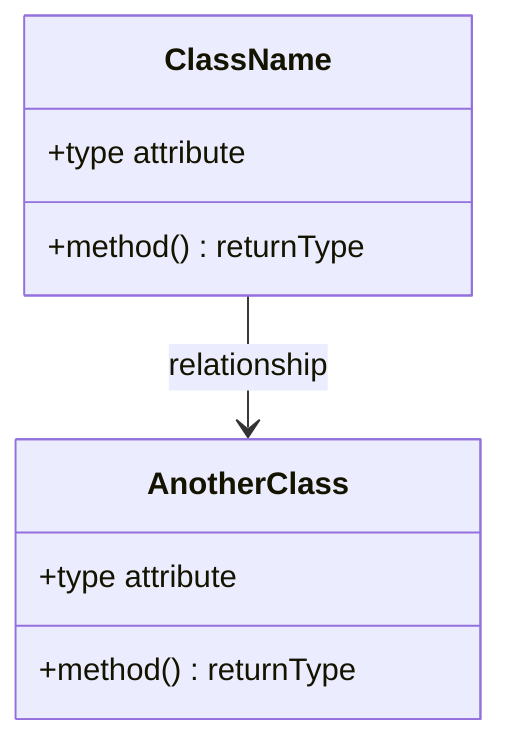
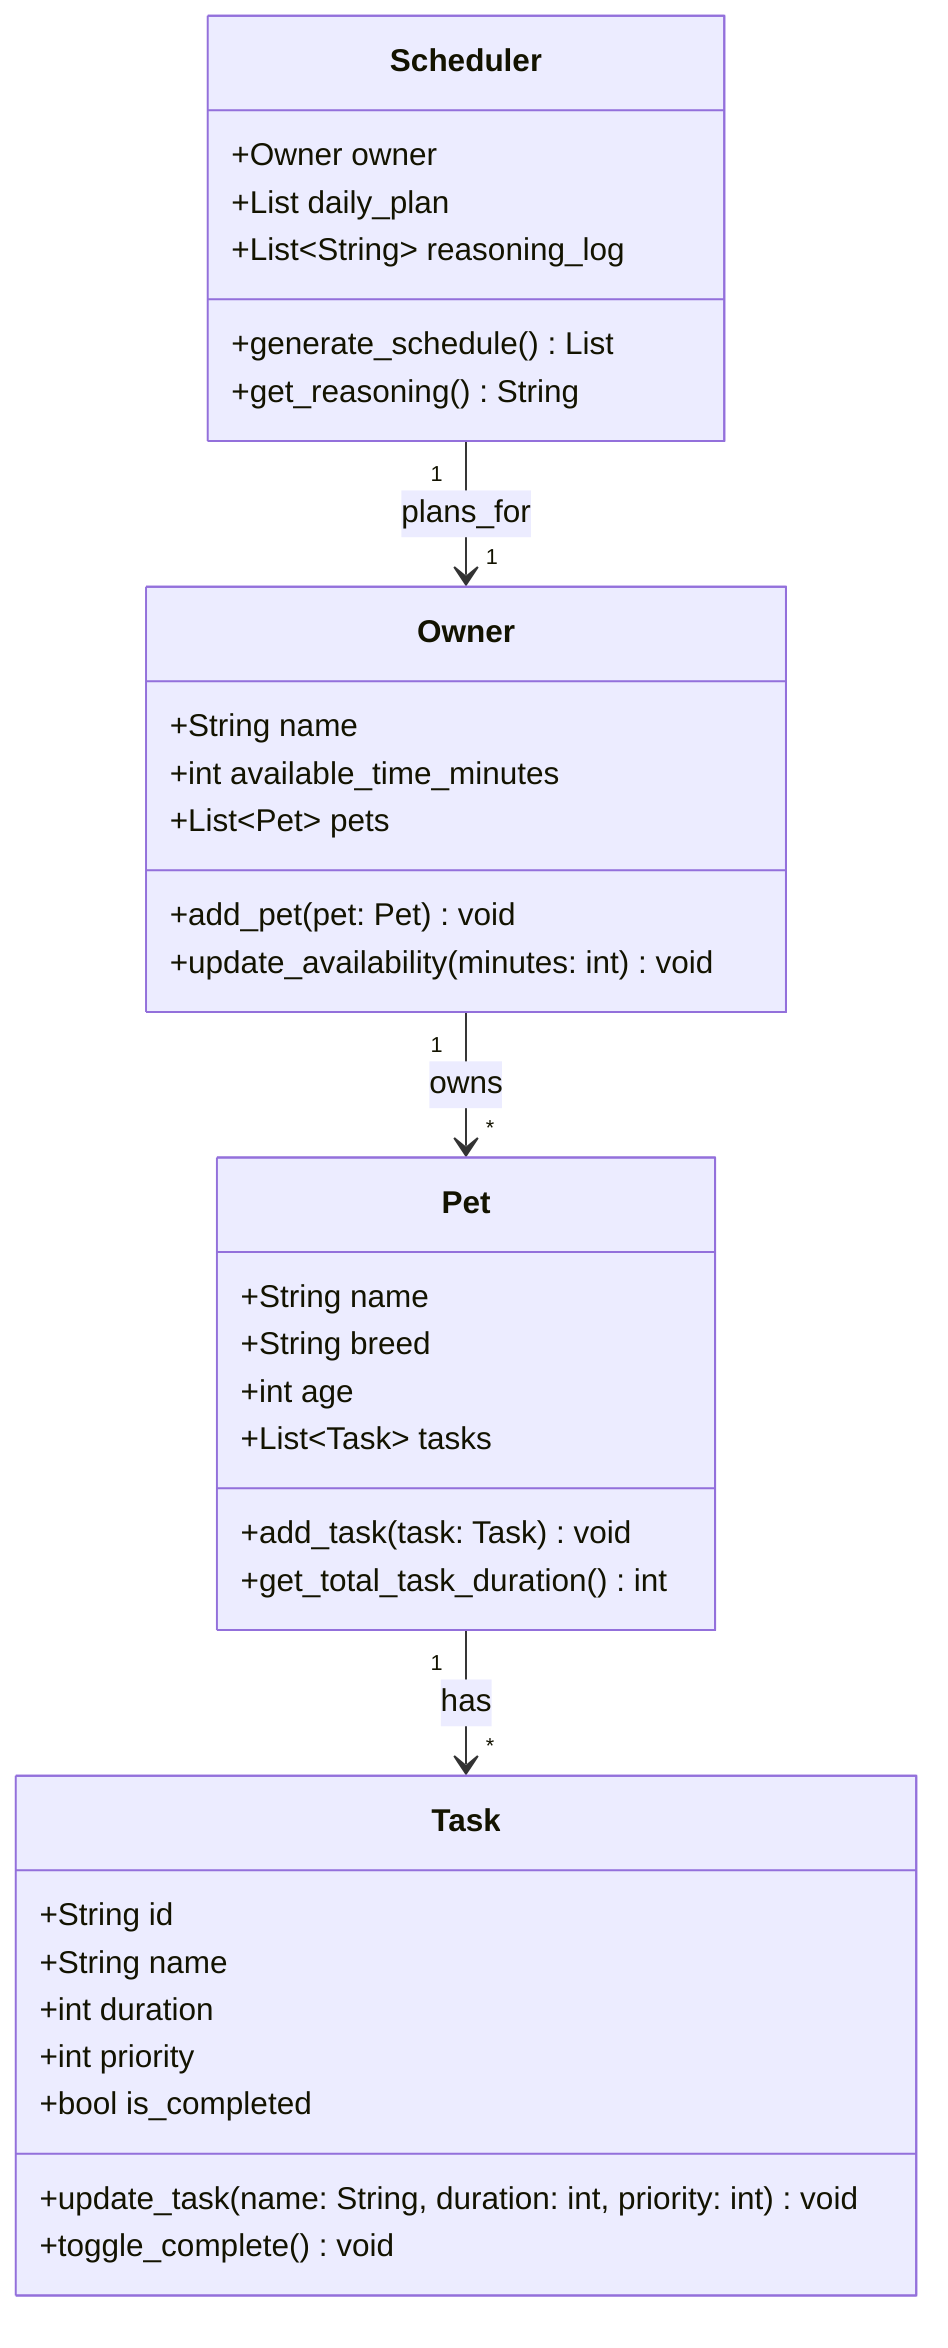
classDiagram
-     %% Replace the placeholders below with your actual classes, attributes, methods, and relationships.
-     %% Keep this file updated so it matches your final implementation.
- 
-     class ClassName {
-         +type attribute
-         +method() returnType
+     class Owner {
+         +String name
+         +int available_time_minutes
+         +List~Pet~ pets
+         +add_pet(pet: Pet) void
+         +update_availability(minutes: int) void
    }

-     class AnotherClass {
-         +type attribute
-         +method() returnType
+     class Pet {
+         +String name
+         +String breed
+         +int age
+         +List~Task~ tasks
+         +add_task(task: Task) void
+         +get_total_task_duration() int
    }

-     ClassName --> AnotherClass : relationship
+     class Task {
+         +String id
+         +String name
+         +int duration
+         +int priority
+         +bool is_completed
+         +update_task(name: String, duration: int, priority: int) void
+         +toggle_complete() void
+     }
+ 
+     class Scheduler {
+         +Owner owner
+         +List daily_plan
+         +List~String~ reasoning_log
+         +generate_schedule() List
+         +get_reasoning() String
+     }
+ 
+     %% Relationships
+     Owner "1" --> "*" Pet : owns
+     Pet "1" --> "*" Task : has
+     Scheduler "1" --> "1" Owner : plans_for
